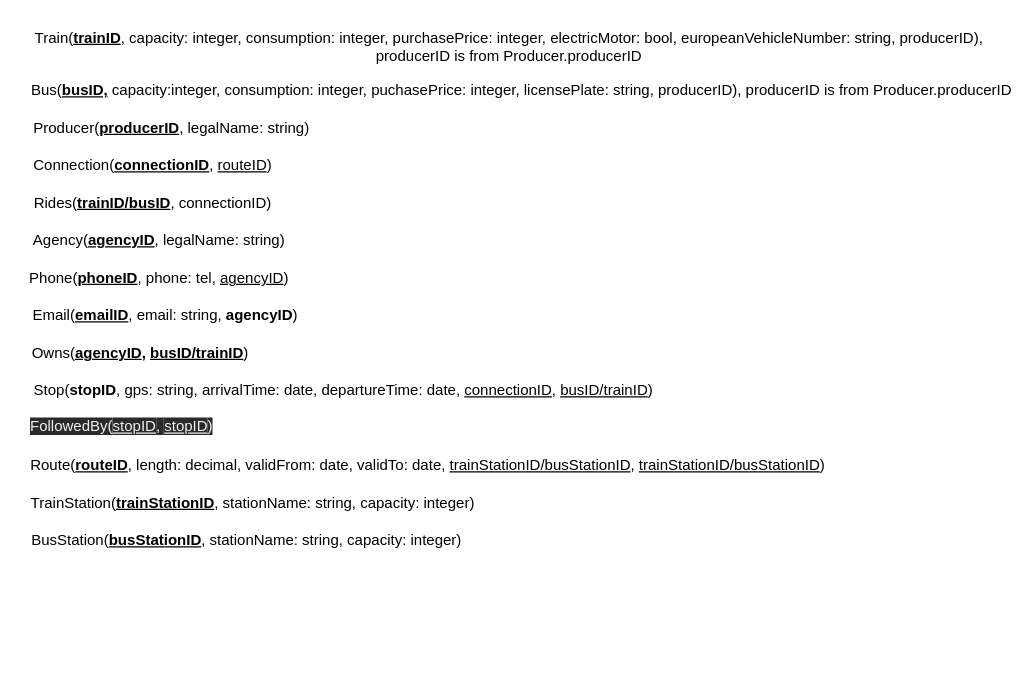
This is 4/model/relational.drawio from zhukovdm/T1G4, a draw.io file, before an edit. Source tidied: cells renumbered, new cells numbered last; positions are measured from the earlier drawing's top-left corner, leaving out a move shared by most shapes. Both pictures are drawn from the tidied source at 125%, with x=0, y=0 at pixel (28, 21).
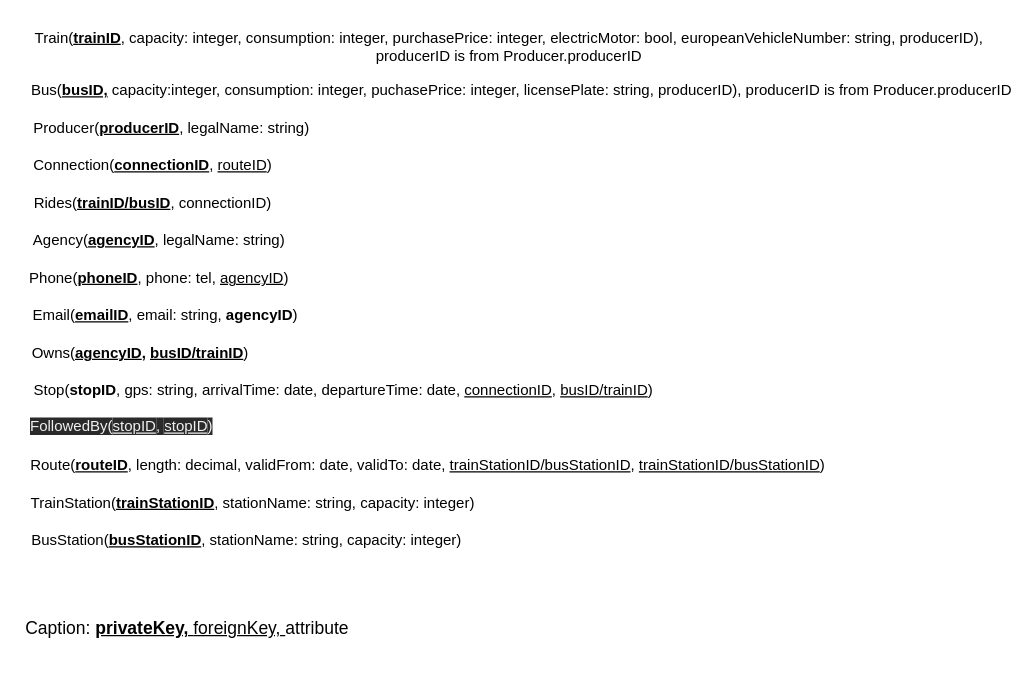
The same page after the edit.

Commit message (it also covers changes not shown here):
adding caption for clarity

What changed in the source:
```diff
@@
 <mxGraphModel>
   <root>
     <mxCell id="0" />
     <mxCell id="1" parent="0" />
     <mxCell id="2" value="Train(&lt;b&gt;&lt;u&gt;t&lt;/u&gt;&lt;/b&gt;&lt;u&gt;&lt;b&gt;rainID&lt;/b&gt;&lt;/u&gt;, capacity: integer, consumption: integer, purchasePrice: integer, electricMotor: bool, europeanVehicleNumber: string, producerID), producerID is from Producer.producerID" style="text;html=1;strokeColor=none;fillColor=none;align=center;verticalAlign=middle;whiteSpace=wrap;rounded=0;" parent="1" vertex="1">
       <mxGeometry width="770" height="40" as="geometry" />
     </mxCell>
     <mxCell id="3" value="Bus(&lt;b&gt;&lt;u&gt;busID,&lt;/u&gt;&lt;/b&gt; capacity:integer, consumption: integer, puchasePrice: integer, licensePlate: string, producerID), producerID is from Producer.producerID" style="text;html=1;strokeColor=none;fillColor=none;align=center;verticalAlign=middle;whiteSpace=wrap;rounded=0;" parent="1" vertex="1">
       <mxGeometry y="40" width="790" height="30" as="geometry" />
     </mxCell>
     <mxCell id="4" value="Producer(&lt;b&gt;&lt;u&gt;producerID&lt;/u&gt;&lt;/b&gt;, legalName: string)" style="text;html=1;strokeColor=none;fillColor=none;align=center;verticalAlign=middle;whiteSpace=wrap;rounded=0;" parent="1" vertex="1">
       <mxGeometry y="70" width="230" height="30" as="geometry" />
     </mxCell>
     <mxCell id="5" value="Connection(&lt;b&gt;&lt;u&gt;connectionID&lt;/u&gt;&lt;/b&gt;, &lt;u&gt;routeID&lt;/u&gt;)" style="text;html=1;strokeColor=none;fillColor=none;align=center;verticalAlign=middle;whiteSpace=wrap;rounded=0;" parent="1" vertex="1">
       <mxGeometry y="100" width="200" height="30" as="geometry" />
     </mxCell>
     <mxCell id="6" value="Rides(&lt;b&gt;&lt;u&gt;trainID/busID&lt;/u&gt;&lt;/b&gt;, connectionID)" style="text;html=1;strokeColor=none;fillColor=none;align=center;verticalAlign=middle;whiteSpace=wrap;rounded=0;" parent="1" vertex="1">
       <mxGeometry y="130" width="200" height="30" as="geometry" />
     </mxCell>
     <mxCell id="7" value="Agency(&lt;b&gt;&lt;u&gt;agencyID&lt;/u&gt;&lt;/b&gt;, legalName: string)" style="text;html=1;strokeColor=none;fillColor=none;align=center;verticalAlign=middle;whiteSpace=wrap;rounded=0;" parent="1" vertex="1">
       <mxGeometry y="160" width="210" height="30" as="geometry" />
     </mxCell>
     <mxCell id="8" value="Phone(&lt;b&gt;&lt;u&gt;phoneID&lt;/u&gt;&lt;/b&gt;, phone: tel, &lt;u&gt;agencyID&lt;/u&gt;)" style="text;html=1;strokeColor=none;fillColor=none;align=center;verticalAlign=middle;whiteSpace=wrap;rounded=0;" parent="1" vertex="1">
       <mxGeometry y="190" width="210" height="30" as="geometry" />
     </mxCell>
     <mxCell id="9" value="Email(&lt;b&gt;&lt;u&gt;emailID&lt;/u&gt;&lt;/b&gt;, email: string, &lt;b&gt;agencyID&lt;/b&gt;)" style="text;html=1;strokeColor=none;fillColor=none;align=center;verticalAlign=middle;whiteSpace=wrap;rounded=0;" parent="1" vertex="1">
       <mxGeometry y="220" width="220" height="30" as="geometry" />
     </mxCell>
     <mxCell id="10" value="Owns(&lt;b&gt;&lt;u&gt;agencyID&lt;/u&gt;, &lt;u&gt;busID/trainID&lt;/u&gt;&lt;/b&gt;)" style="text;html=1;strokeColor=none;fillColor=none;align=center;verticalAlign=middle;whiteSpace=wrap;rounded=0;" parent="1" vertex="1">
       <mxGeometry y="250" width="180" height="30" as="geometry" />
     </mxCell>
     <mxCell id="11" value="Stop(&lt;b&gt;stopID&lt;/b&gt;, gps: string, arrivalTime: date, departureTime: date, &lt;u&gt;connectionID&lt;/u&gt;, &lt;u&gt;busID/trainID&lt;/u&gt;)" style="text;html=1;strokeColor=none;fillColor=none;align=center;verticalAlign=middle;whiteSpace=wrap;rounded=0;" parent="1" vertex="1">
       <mxGeometry y="280" width="505" height="30" as="geometry" />
     </mxCell>
     <mxCell id="12" value="Route(&lt;b&gt;&lt;u&gt;routeID&lt;/u&gt;&lt;/b&gt;,&amp;nbsp;length: decimal, validFrom: date, validTo: date, &lt;u&gt;trainStationID/busStationID&lt;/u&gt;, &lt;u&gt;trainStationID/busStationID&lt;/u&gt;)" style="text;html=1;strokeColor=none;fillColor=none;align=center;verticalAlign=middle;whiteSpace=wrap;rounded=0;" parent="1" vertex="1">
       <mxGeometry y="340" width="640" height="30" as="geometry" />
     </mxCell>
     <mxCell id="13" value="TrainStation(&lt;b&gt;&lt;u&gt;trainStationID&lt;/u&gt;&lt;/b&gt;, stationName: string, capacity: integer)" style="text;html=1;strokeColor=none;fillColor=none;align=center;verticalAlign=middle;whiteSpace=wrap;rounded=0;" parent="1" vertex="1">
       <mxGeometry y="370" width="360" height="30" as="geometry" />
     </mxCell>
     <mxCell id="14" value="BusStation(&lt;b&gt;&lt;u&gt;busStationID&lt;/u&gt;&lt;/b&gt;, stationName: string, capacity: integer)" style="text;html=1;strokeColor=none;fillColor=none;align=center;verticalAlign=middle;whiteSpace=wrap;rounded=0;" parent="1" vertex="1">
       <mxGeometry y="400" width="350" height="30" as="geometry" />
     </mxCell>
     <mxCell id="15" value="&lt;span style=&quot;color: rgb(240, 240, 240); font-family: helvetica; font-size: 12px; font-style: normal; font-weight: 400; letter-spacing: normal; text-align: center; text-indent: 0px; text-transform: none; word-spacing: 0px; background-color: rgb(42, 42, 42); display: inline; float: none;&quot;&gt;FollowedBy(&lt;/span&gt;&lt;u style=&quot;color: rgb(240, 240, 240); font-family: helvetica; font-size: 12px; font-style: normal; font-weight: 400; letter-spacing: normal; text-align: center; text-indent: 0px; text-transform: none; word-spacing: 0px; background-color: rgb(42, 42, 42);&quot;&gt;stopID&lt;/u&gt;&lt;span style=&quot;color: rgb(240, 240, 240); font-family: helvetica; font-size: 12px; font-style: normal; font-weight: 400; letter-spacing: normal; text-align: center; text-indent: 0px; text-transform: none; word-spacing: 0px; background-color: rgb(42, 42, 42); display: inline; float: none;&quot;&gt;,&lt;span&gt;&amp;nbsp;&lt;/span&gt;&lt;/span&gt;&lt;u style=&quot;color: rgb(240, 240, 240); font-family: helvetica; font-size: 12px; font-style: normal; font-weight: 400; letter-spacing: normal; text-align: center; text-indent: 0px; text-transform: none; word-spacing: 0px; background-color: rgb(42, 42, 42);&quot;&gt;stopID&lt;/u&gt;&lt;span style=&quot;color: rgb(240, 240, 240); font-family: helvetica; font-size: 12px; font-style: normal; font-weight: 400; letter-spacing: normal; text-align: center; text-indent: 0px; text-transform: none; word-spacing: 0px; background-color: rgb(42, 42, 42); display: inline; float: none;&quot;&gt;)&lt;/span&gt;" style="text;whiteSpace=wrap;html=1;" parent="1" vertex="1">
       <mxGeometry y="310" width="170" height="30" as="geometry" />
     </mxCell>
+    <mxCell id="16" value="&lt;font style=&quot;font-size: 14px&quot;&gt;Caption: &lt;u&gt;&lt;b&gt;privateKey, &lt;/b&gt;foreignKey, &lt;/u&gt;attribute&lt;/font&gt;" style="text;html=1;strokeColor=none;fillColor=none;align=center;verticalAlign=middle;whiteSpace=wrap;rounded=0;" parent="1" vertex="1">
+      <mxGeometry x="-5" y="460" width="265" height="50" as="geometry" />
+    </mxCell>
   </root>
 </mxGraphModel>
```
